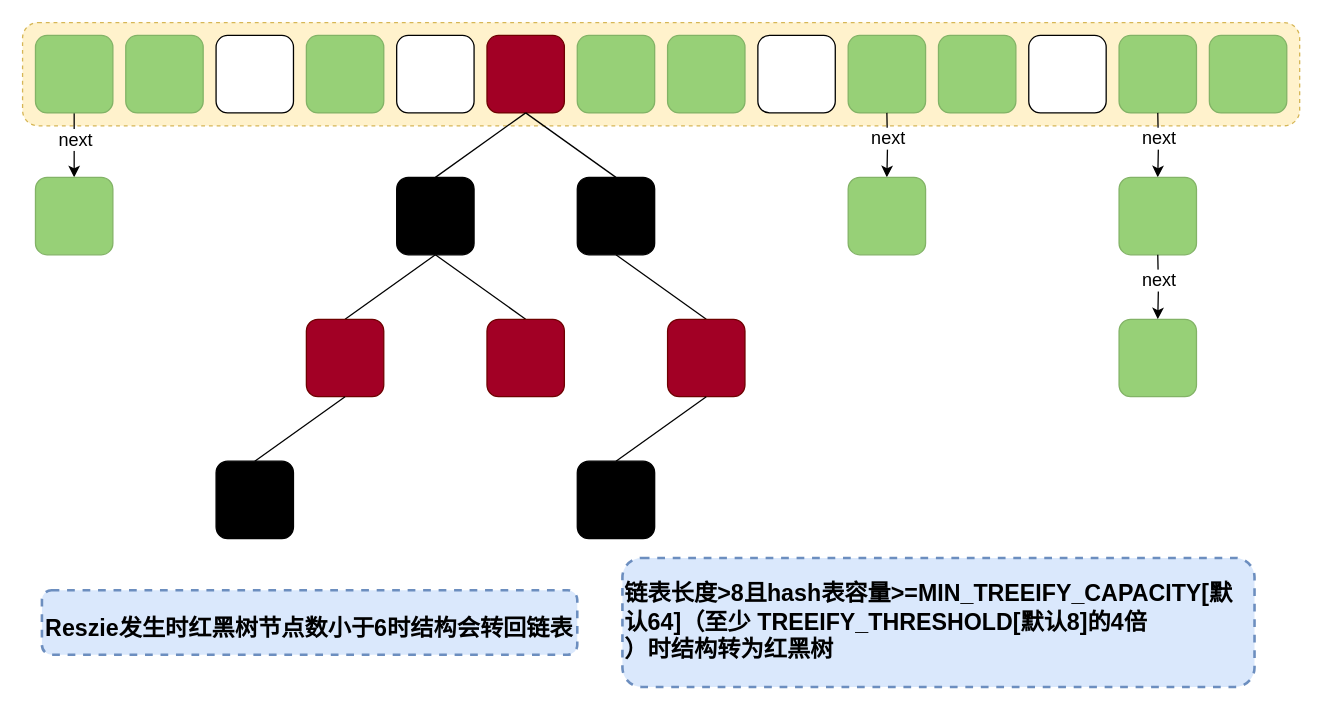
Before: Java/Java基础/Java基础知识/Java8HashMap结构.drawio in Developer-Tang/Knowledge-Notes, a draw.io diagram. Source tidied: cells renumbered, new cells numbered last; positions are measured from the earlier drawing's top-left corner, leaving out a move shared by most shapes. Both pictures are drawn from the tidied source at 129%, with x=0, y=0 at pixel (22, 22).
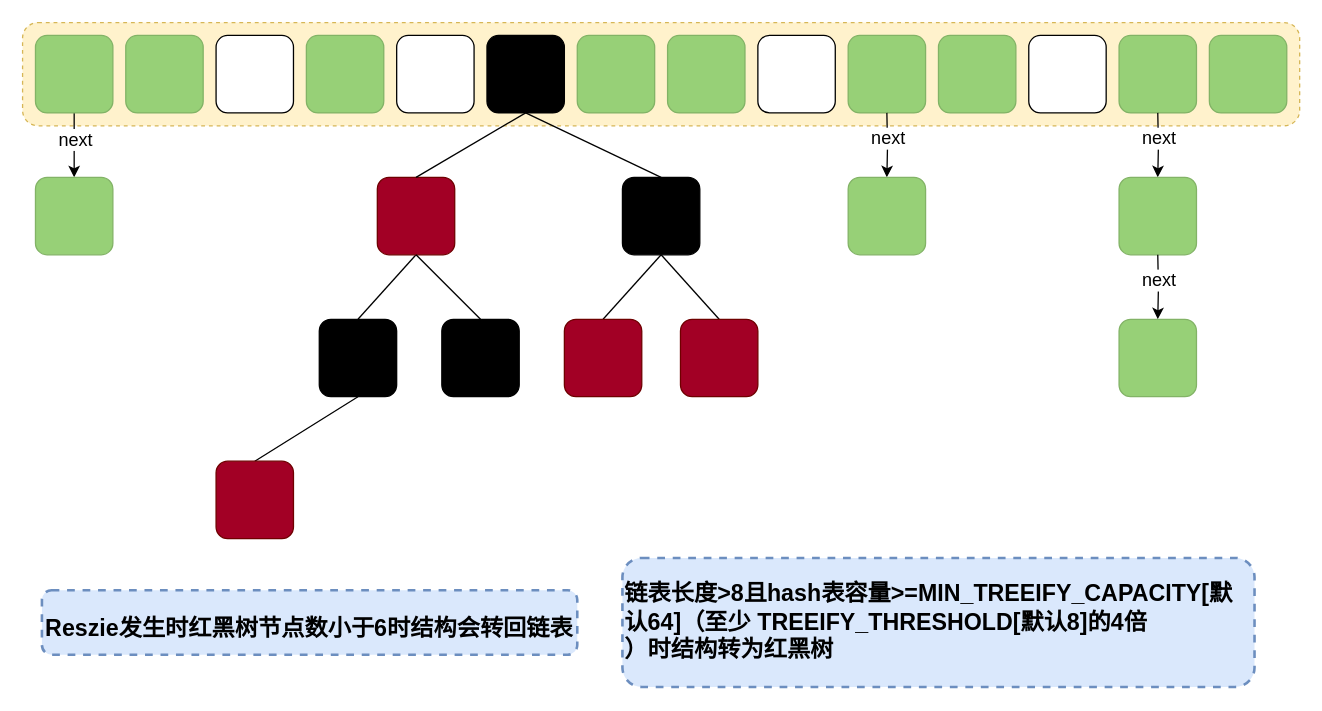
The same diagram, later.

Diff of the diagram source:
```diff
@@
-    <mxCell id="10" style="rounded=1;whiteSpace=wrap;html=1;strokeColor=#6F0000;fillColor=#a20025;fontColor=#ffffff;" parent="1" vertex="1">
+    <mxCell id="10" style="rounded=1;whiteSpace=wrap;html=1;strokeColor=#000000;fillColor=#000000;fontColor=#000000;" parent="1" vertex="1">
       <mxGeometry x="360" y="10" width="60" height="60" as="geometry" />
     </mxCell>
@@
-    <mxCell id="21" style="rounded=1;whiteSpace=wrap;html=1;fillColor=#000000;strokeColor=#000000;" parent="1" vertex="1">
-      <mxGeometry x="290" y="120" width="60" height="60" as="geometry" />
+    <mxCell id="21" style="rounded=1;whiteSpace=wrap;html=1;fillColor=#a20025;strokeColor=#6F0000;fontColor=#ffffff;" parent="1" vertex="1">
+      <mxGeometry x="275" y="120" width="60" height="60" as="geometry" />
     </mxCell>
@@
     <mxCell id="31" style="rounded=1;whiteSpace=wrap;html=1;fillColor=#000000;strokeColor=#000000;" parent="1" vertex="1">
-      <mxGeometry x="430" y="120" width="60" height="60" as="geometry" />
+      <mxGeometry x="465" y="120" width="60" height="60" as="geometry" />
     </mxCell>
@@
-    <mxCell id="34" style="rounded=1;whiteSpace=wrap;html=1;strokeColor=#6F0000;fillColor=#a20025;fontColor=#ffffff;" parent="1" vertex="1">
-      <mxGeometry x="220" y="230" width="60" height="60" as="geometry" />
+    <mxCell id="34" style="rounded=1;whiteSpace=wrap;html=1;strokeColor=#000000;fillColor=#000000;fontColor=#000000;" parent="1" vertex="1">
+      <mxGeometry x="230" y="230" width="60" height="60" as="geometry" />
     </mxCell>
@@
-    <mxCell id="36" style="rounded=1;whiteSpace=wrap;html=1;strokeColor=#6F0000;fillColor=#a20025;fontColor=#ffffff;" parent="1" vertex="1">
-      <mxGeometry x="360" y="230" width="60" height="60" as="geometry" />
+    <mxCell id="36" style="rounded=1;whiteSpace=wrap;html=1;strokeColor=#000000;fillColor=#000000;fontColor=#000000;" parent="1" vertex="1">
+      <mxGeometry x="325" y="230" width="60" height="60" as="geometry" />
     </mxCell>
@@
     <mxCell id="38" style="rounded=1;whiteSpace=wrap;html=1;strokeColor=#6F0000;fillColor=#a20025;fontColor=#ffffff;" parent="1" vertex="1">
-      <mxGeometry x="500" y="230" width="60" height="60" as="geometry" />
+      <mxGeometry x="510" y="230" width="60" height="60" as="geometry" />
     </mxCell>
-    <mxCell id="39" style="edgeStyle=none;rounded=0;jettySize=auto;html=1;exitX=0.5;exitY=0;exitDx=0;exitDy=0;entryX=0.5;entryY=1;entryDx=0;entryDy=0;endArrow=none;endFill=0;" parent="1" edge="1" source="40" target="38">
+    <mxCell id="39" style="edgeStyle=none;rounded=0;jettySize=auto;html=1;exitX=0.5;exitY=0;exitDx=0;exitDy=0;entryX=0.5;entryY=1;entryDx=0;entryDy=0;endArrow=none;endFill=0;" parent="1" edge="1" source="40" target="31">
       <mxGeometry relative="1" as="geometry" />
     </mxCell>
-    <mxCell id="40" style="rounded=1;whiteSpace=wrap;html=1;fillColor=#000000;strokeColor=#000000;" parent="1" vertex="1">
-      <mxGeometry x="430" y="340" width="60" height="60" as="geometry" />
+    <mxCell id="40" style="rounded=1;whiteSpace=wrap;html=1;fillColor=#a20025;strokeColor=#6F0000;fontColor=#ffffff;" parent="1" vertex="1">
+      <mxGeometry x="420" y="230" width="60" height="60" as="geometry" />
     </mxCell>
@@
-    <mxCell id="42" style="rounded=1;whiteSpace=wrap;html=1;fillColor=#000000;strokeColor=#000000;" parent="1" vertex="1">
+    <mxCell id="42" style="rounded=1;whiteSpace=wrap;html=1;fillColor=#a20025;strokeColor=#6F0000;fontColor=#ffffff;" parent="1" vertex="1">
       <mxGeometry x="150" y="340" width="60" height="60" as="geometry" />
     </mxCell>
```
